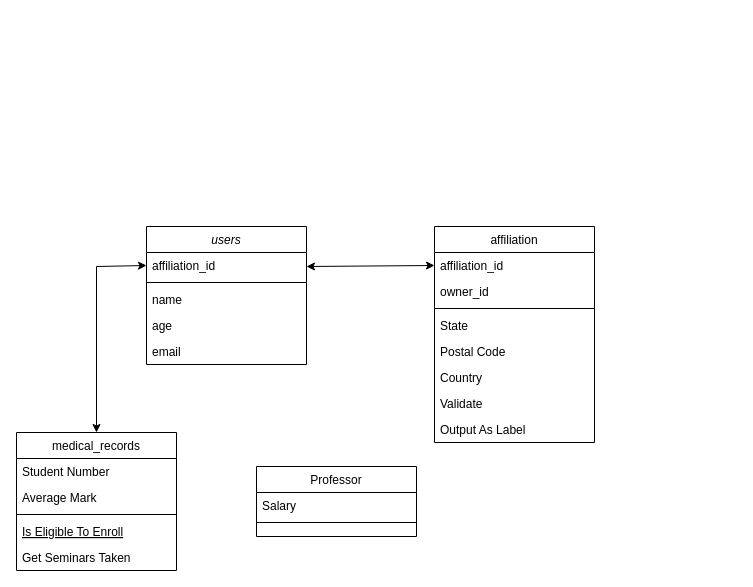
Before: Untitled Diagram.drawio in code-a11ly/Draw.io, a draw.io diagram. Source tidied: cells renumbered, new cells numbered last; positions are measured from the earlier drawing's top-left corner, leaving out a move shared by most shapes. Both pictures are drawn from the tidied source at 100%, with x=0, y=0 at pixel (16, 226).
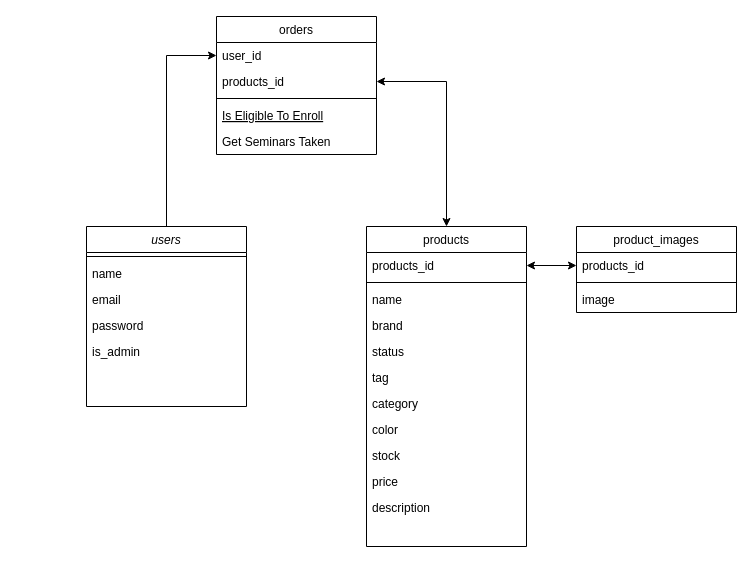
Above is the later version.

What changed in the source:
```diff
@@
+    <mxCell id="28" style="edgeStyle=orthogonalEdgeStyle;rounded=0;jettySize=auto;html=1;exitX=0.5;exitY=0;exitDx=0;exitDy=0;entryX=0;entryY=0.5;entryDx=0;entryDy=0;" parent="1" edge="1" source="2" target="9">
+      <mxGeometry relative="1" as="geometry" />
+    </mxCell>
     <mxCell id="2" value="users" style="swimlane;fontStyle=2;align=center;verticalAlign=top;horizontal=1;startSize=26;rounded=0;shadow=0;strokeWidth=1;" parent="1" vertex="1">
-      <mxGeometry x="130" width="160" height="138" as="geometry" />
+      <mxGeometry x="70" width="160" height="180" as="geometry" />
     </mxCell>
-    <mxCell id="3" value="affiliation_id" style="text;align=left;verticalAlign=top;spacingLeft=4;spacingRight=4;overflow=hidden;points=[[0,0.5],[1,0.5]];portConstraint=eastwest;" parent="2" vertex="1">
-      <mxGeometry y="26" width="160" height="26" as="geometry" />
-    </mxCell>
     <mxCell id="4" style="line;html=1;strokeWidth=1;align=left;verticalAlign=middle;spacingTop=-1;spacingLeft=3;spacingRight=3;labelPosition=right;" parent="2" vertex="1">
-      <mxGeometry y="52" width="160" height="8" as="geometry" />
+      <mxGeometry y="26" width="160" height="8" as="geometry" />
     </mxCell>
     <mxCell id="5" value="name" style="text;align=left;verticalAlign=top;spacingLeft=4;spacingRight=4;overflow=hidden;" parent="2" vertex="1">
-      <mxGeometry y="60" width="160" height="26" as="geometry" />
+      <mxGeometry y="34" width="160" height="26" as="geometry" />
     </mxCell>
+    <mxCell id="7" value="email" style="text;align=left;verticalAlign=top;spacingLeft=4;spacingRight=4;overflow=hidden;rounded=0;shadow=0;html=0;" parent="2" vertex="1">
+      <mxGeometry y="60" width="160" height="26" as="geometry" />
+    </mxCell>
-    <mxCell id="6" value="age" style="text;align=left;verticalAlign=top;spacingLeft=4;spacingRight=4;overflow=hidden;rounded=0;shadow=0;html=0;" parent="2" vertex="1">
+    <mxCell id="6" value="password" style="text;align=left;verticalAlign=top;spacingLeft=4;spacingRight=4;overflow=hidden;rounded=0;shadow=0;html=0;" parent="2" vertex="1">
       <mxGeometry y="86" width="160" height="26" as="geometry" />
     </mxCell>
-    <mxCell id="7" value="email" style="text;align=left;verticalAlign=top;spacingLeft=4;spacingRight=4;overflow=hidden;rounded=0;shadow=0;html=0;" parent="2" vertex="1">
-      <mxGeometry y="112" width="160" height="26" as="geometry" />
-    </mxCell>
+    <mxCell id="3" value="is_admin" style="text;align=left;verticalAlign=top;spacingLeft=4;spacingRight=4;overflow=hidden;points=[[0,0.5],[1,0.5]];portConstraint=eastwest;" parent="2" vertex="1">
+      <mxGeometry y="112" width="160" height="26" as="geometry" />
+    </mxCell>
-    <mxCell id="8" value="medical_records" style="swimlane;fontStyle=0;align=center;verticalAlign=top;horizontal=1;startSize=26;rounded=0;shadow=0;strokeWidth=1;" parent="1" vertex="1">
-      <mxGeometry y="206" width="160" height="138" as="geometry" />
+    <mxCell id="8" value="orders" style="swimlane;fontStyle=0;align=center;verticalAlign=top;horizontal=1;startSize=26;rounded=0;shadow=0;strokeWidth=1;" parent="1" vertex="1">
+      <mxGeometry x="200" y="-210" width="160" height="138" as="geometry" />
     </mxCell>
-    <mxCell id="9" value="Student Number" style="text;align=left;verticalAlign=top;spacingLeft=4;spacingRight=4;overflow=hidden;points=[[0,0.5],[1,0.5]];portConstraint=eastwest;" parent="8" vertex="1">
+    <mxCell id="9" value="user_id" style="text;align=left;verticalAlign=top;spacingLeft=4;spacingRight=4;overflow=hidden;points=[[0,0.5],[1,0.5]];portConstraint=eastwest;" parent="8" vertex="1">
       <mxGeometry y="26" width="160" height="26" as="geometry" />
     </mxCell>
-    <mxCell id="10" value="Average Mark" style="text;align=left;verticalAlign=top;spacingLeft=4;spacingRight=4;overflow=hidden;points=[[0,0.5],[1,0.5]];portConstraint=eastwest;rounded=0;shadow=0;html=0;" parent="8" vertex="1">
+    <mxCell id="10" value="products_id" style="text;align=left;verticalAlign=top;spacingLeft=4;spacingRight=4;overflow=hidden;points=[[0,0.5],[1,0.5]];portConstraint=eastwest;rounded=0;shadow=0;html=0;" parent="8" vertex="1">
       <mxGeometry y="52" width="160" height="26" as="geometry" />
     </mxCell>
@@
-    <mxCell id="14" value="Professor" style="swimlane;fontStyle=0;align=center;verticalAlign=top;horizontal=1;startSize=26;rounded=0;shadow=0;strokeWidth=1;" parent="1" vertex="1">
-      <mxGeometry x="240" y="240" width="160" height="70" as="geometry" />
+    <mxCell id="14" value="product_images" style="swimlane;fontStyle=0;align=center;verticalAlign=top;horizontal=1;startSize=26;rounded=0;shadow=0;strokeWidth=1;" parent="1" vertex="1">
+      <mxGeometry x="560" width="160" height="86" as="geometry" />
     </mxCell>
-    <mxCell id="15" value="Salary" style="text;align=left;verticalAlign=top;spacingLeft=4;spacingRight=4;overflow=hidden;" parent="14" vertex="1">
-      <mxGeometry y="26" width="160" height="26" as="geometry" />
-    </mxCell>
+    <mxCell id="29" value="products_id" style="text;align=left;verticalAlign=top;spacingLeft=4;spacingRight=4;overflow=hidden;points=[[0,0.5],[1,0.5]];portConstraint=eastwest;rounded=0;shadow=0;html=0;" parent="14" vertex="1">
+      <mxGeometry y="26" width="160" height="26" as="geometry" />
+    </mxCell>
@@
+    <mxCell id="30" value="image" style="text;align=left;verticalAlign=top;spacingLeft=4;spacingRight=4;overflow=hidden;rounded=0;shadow=0;html=0;" parent="14" vertex="1">
+      <mxGeometry y="60" width="160" height="26" as="geometry" />
+    </mxCell>
-    <mxCell id="17" value="affiliation" style="swimlane;fontStyle=0;align=center;verticalAlign=top;horizontal=1;startSize=26;rounded=0;shadow=0;strokeWidth=1;" parent="1" vertex="1">
-      <mxGeometry x="418" width="160" height="216" as="geometry" />
+    <mxCell id="17" value="products" style="swimlane;fontStyle=0;align=center;verticalAlign=top;horizontal=1;startSize=26;rounded=0;shadow=0;strokeWidth=1;" parent="1" vertex="1">
+      <mxGeometry x="350" width="160" height="320" as="geometry" />
     </mxCell>
-    <mxCell id="18" value="affiliation_id" style="text;align=left;verticalAlign=top;spacingLeft=4;spacingRight=4;overflow=hidden;points=[[0,0.5],[1,0.5]];portConstraint=eastwest;rounded=0;shadow=0;html=0;" parent="17" vertex="1">
+    <mxCell id="18" value="products_id" style="text;align=left;verticalAlign=top;spacingLeft=4;spacingRight=4;overflow=hidden;points=[[0,0.5],[1,0.5]];portConstraint=eastwest;rounded=0;shadow=0;html=0;" parent="17" vertex="1">
       <mxGeometry y="26" width="160" height="26" as="geometry" />
     </mxCell>
+    <mxCell id="20" style="line;html=1;strokeWidth=1;align=left;verticalAlign=middle;spacingTop=-1;spacingLeft=3;spacingRight=3;labelPosition=right;" parent="17" vertex="1">
+      <mxGeometry y="52" width="160" height="8" as="geometry" />
+    </mxCell>
-    <mxCell id="19" value="owner_id" style="text;align=left;verticalAlign=top;spacingLeft=4;spacingRight=4;overflow=hidden;" parent="17" vertex="1">
-      <mxGeometry y="52" width="160" height="26" as="geometry" />
+    <mxCell id="19" value="name" style="text;align=left;verticalAlign=top;spacingLeft=4;spacingRight=4;overflow=hidden;" parent="17" vertex="1">
+      <mxGeometry y="60" width="160" height="26" as="geometry" />
     </mxCell>
-    <mxCell id="20" style="line;html=1;strokeWidth=1;align=left;verticalAlign=middle;spacingTop=-1;spacingLeft=3;spacingRight=3;labelPosition=right;" parent="17" vertex="1">
-      <mxGeometry y="78" width="160" height="8" as="geometry" />
-    </mxCell>
-    <mxCell id="21" value="State" style="text;align=left;verticalAlign=top;spacingLeft=4;spacingRight=4;overflow=hidden;rounded=0;shadow=0;html=0;" parent="17" vertex="1">
-      <mxGeometry y="86" width="160" height="26" as="geometry" />
-    </mxCell>
-    <mxCell id="22" value="Postal Code" style="text;align=left;verticalAlign=top;spacingLeft=4;spacingRight=4;overflow=hidden;rounded=0;shadow=0;html=0;" parent="17" vertex="1">
-      <mxGeometry y="112" width="160" height="26" as="geometry" />
-    </mxCell>
-    <mxCell id="23" value="Country" style="text;align=left;verticalAlign=top;spacingLeft=4;spacingRight=4;overflow=hidden;rounded=0;shadow=0;html=0;" parent="17" vertex="1">
-      <mxGeometry y="138" width="160" height="26" as="geometry" />
-    </mxCell>
-    <mxCell id="24" value="Validate" style="text;align=left;verticalAlign=top;spacingLeft=4;spacingRight=4;overflow=hidden;" parent="17" vertex="1">
-      <mxGeometry y="164" width="160" height="26" as="geometry" />
-    </mxCell>
-    <mxCell id="25" value="Output As Label" style="text;align=left;verticalAlign=top;spacingLeft=4;spacingRight=4;overflow=hidden;" parent="17" vertex="1">
-      <mxGeometry y="190" width="160" height="26" as="geometry" />
-    </mxCell>
+    <mxCell id="31" value="brand" style="text;align=left;verticalAlign=top;spacingLeft=4;spacingRight=4;overflow=hidden;" parent="17" vertex="1">
+      <mxGeometry y="86" width="160" height="26" as="geometry" />
+    </mxCell>
+    <mxCell id="32" value="status" style="text;align=left;verticalAlign=top;spacingLeft=4;spacingRight=4;overflow=hidden;" parent="17" vertex="1">
+      <mxGeometry y="112" width="160" height="26" as="geometry" />
+    </mxCell>
+    <mxCell id="33" value="tag" style="text;align=left;verticalAlign=top;spacingLeft=4;spacingRight=4;overflow=hidden;" parent="17" vertex="1">
+      <mxGeometry y="138" width="160" height="26" as="geometry" />
+    </mxCell>
+    <mxCell id="34" value="category" style="text;align=left;verticalAlign=top;spacingLeft=4;spacingRight=4;overflow=hidden;" parent="17" vertex="1">
+      <mxGeometry y="164" width="160" height="26" as="geometry" />
+    </mxCell>
+    <mxCell id="35" value="color" style="text;align=left;verticalAlign=top;spacingLeft=4;spacingRight=4;overflow=hidden;" parent="17" vertex="1">
+      <mxGeometry y="190" width="160" height="26" as="geometry" />
+    </mxCell>
+    <mxCell id="36" value="stock" style="text;align=left;verticalAlign=top;spacingLeft=4;spacingRight=4;overflow=hidden;" parent="17" vertex="1">
+      <mxGeometry y="216" width="160" height="26" as="geometry" />
+    </mxCell>
+    <mxCell id="37" value="price" style="text;align=left;verticalAlign=top;spacingLeft=4;spacingRight=4;overflow=hidden;" parent="17" vertex="1">
+      <mxGeometry y="242" width="160" height="26" as="geometry" />
+    </mxCell>
+    <mxCell id="38" value="description" style="text;align=left;verticalAlign=top;spacingLeft=4;spacingRight=4;overflow=hidden;" parent="17" vertex="1">
+      <mxGeometry y="268" width="160" height="26" as="geometry" />
+    </mxCell>
-    <mxCell id="26" style="endArrow=classic;startArrow=classic;html=1;rounded=0;entryX=0;entryY=0.5;entryDx=0;entryDy=0;" parent="1" edge="1" target="18">
+    <mxCell id="26" style="endArrow=classic;startArrow=classic;html=1;rounded=0;entryX=0.5;entryY=0;entryDx=0;entryDy=0;exitX=1;exitY=0.5;exitDx=0;exitDy=0;" parent="1" edge="1" source="10" target="17">
       <mxGeometry relative="1" as="geometry">
-        <mxPoint x="290" y="40" as="sourcePoint" />
+        <Array as="points">
+          <mxPoint x="430" y="-145" />
+        </Array>
       </mxGeometry>
     </mxCell>
-    <mxCell id="27" style="endArrow=classic;startArrow=classic;html=1;rounded=0;entryX=0;entryY=0.5;entryDx=0;entryDy=0;exitX=0.5;exitY=0;exitDx=0;exitDy=0;" parent="1" edge="1" source="8" target="3">
-      <mxGeometry relative="1" as="geometry">
-        <Array as="points">
-          <mxPoint x="80" y="40" />
-        </Array>
-      </mxGeometry>
-    </mxCell>
+    <mxCell id="39" style="endArrow=classic;startArrow=classic;html=1;rounded=0;exitX=0;exitY=0.5;exitDx=0;exitDy=0;entryX=1;entryY=0.5;entryDx=0;entryDy=0;" parent="1" edge="1" source="29" target="18">
+      <mxGeometry relative="1" as="geometry" />
+    </mxCell>
```
